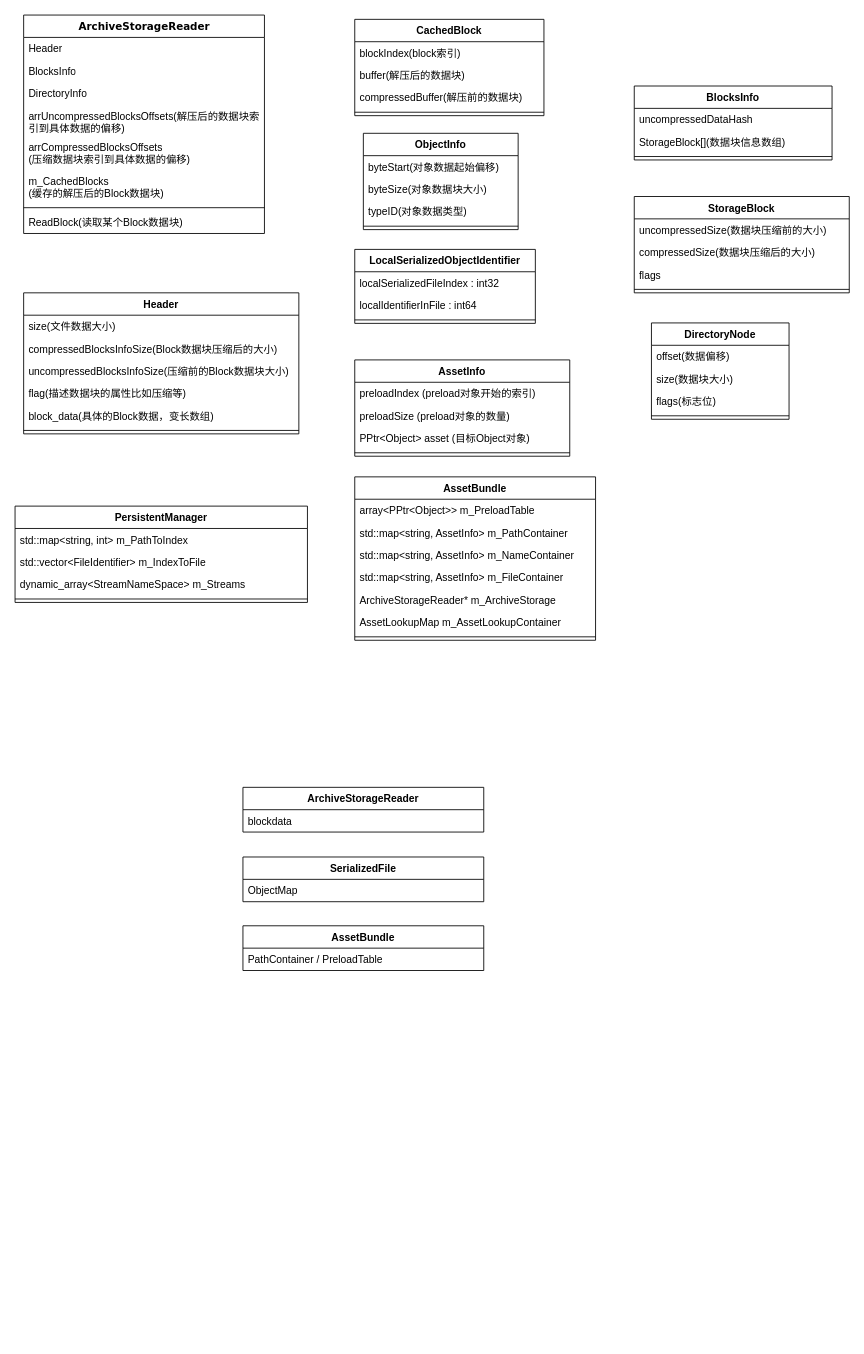
Earlier version of the draw.io diagram Untitled Diagram.drawio (houxuanfelix/FelixCode). Source tidied: cells renumbered, new cells numbered last; positions are measured from the earlier drawing's top-left corner, leaving out a move shared by most shapes. Both pictures are drawn from the tidied source at 86%, with x=0, y=0 at pixel (15, 15).
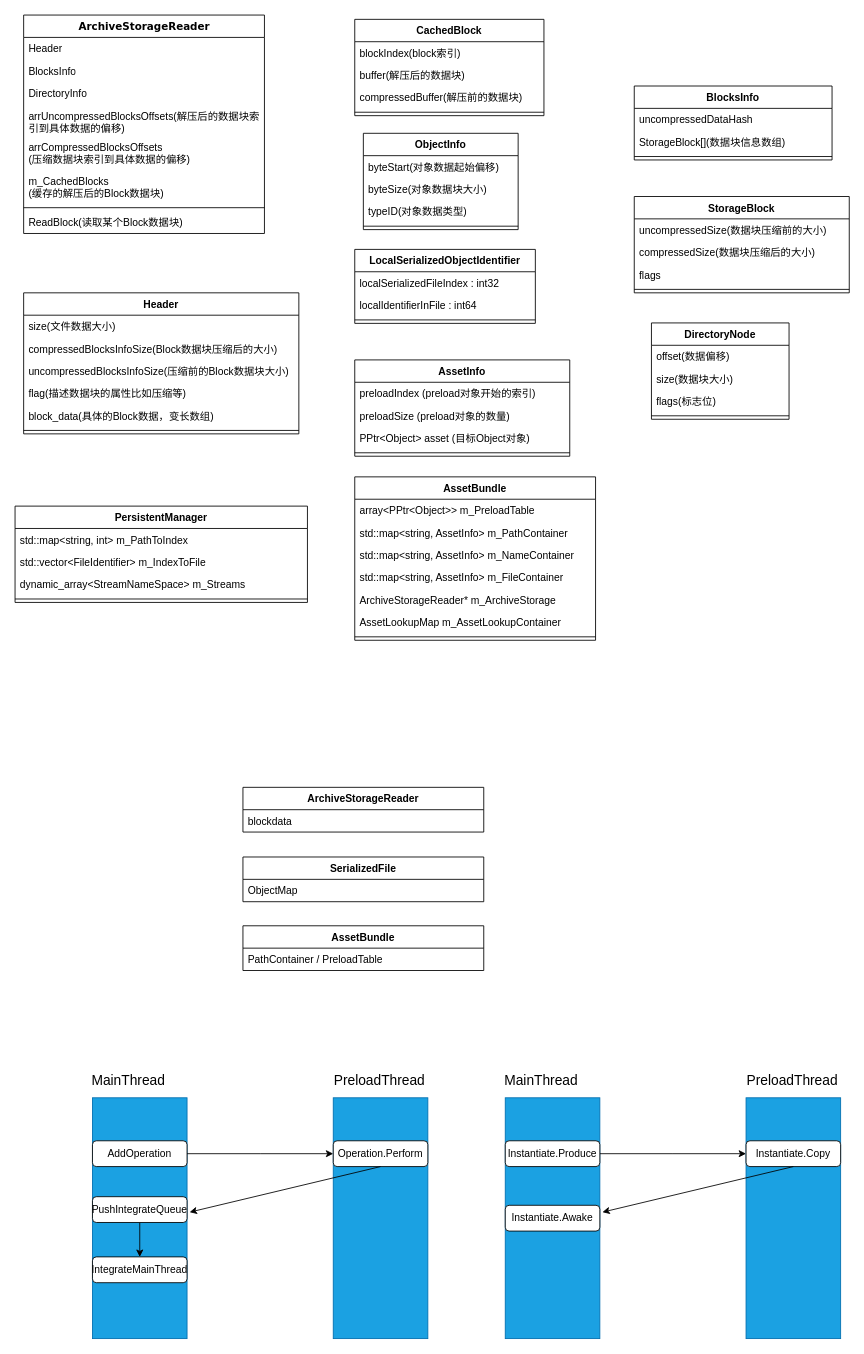
After the change.

The edit, as a diff of the source:
```diff
@@
+    <mxCell id="70" style="rounded=0;whiteSpace=wrap;html=1;strokeColor=#006EAF;fillColor=#1ba1e2;fontColor=#ffffff;" parent="1" vertex="1">
+      <mxGeometry x="90" y="1259" width="110" height="280" as="geometry" />
+    </mxCell>
+    <mxCell id="71" style="edgeStyle=orthogonalEdgeStyle;rounded=0;jettySize=auto;html=1;" parent="1" edge="1" source="72">
+      <mxGeometry relative="1" as="geometry">
+        <mxPoint x="370" y="1324" as="targetPoint" />
+      </mxGeometry>
+    </mxCell>
+    <mxCell id="72" value="AddOperation" style="rounded=1;whiteSpace=wrap;html=1;" parent="1" vertex="1">
+      <mxGeometry x="90" y="1309" width="110" height="30" as="geometry" />
+    </mxCell>
+    <mxCell id="73" style="rounded=0;whiteSpace=wrap;html=1;strokeColor=#006EAF;fillColor=#1ba1e2;fontColor=#ffffff;" parent="1" vertex="1">
+      <mxGeometry x="370" y="1259" width="110" height="280" as="geometry" />
+    </mxCell>
+    <mxCell id="74" value="Operation.Perform" style="rounded=1;whiteSpace=wrap;html=1;" parent="1" vertex="1">
+      <mxGeometry x="370" y="1309" width="110" height="30" as="geometry" />
+    </mxCell>
+    <mxCell id="75" style="endArrow=classic;html=1;exitX=0.5;exitY=1;exitDx=0;exitDy=0;entryX=1.027;entryY=0.475;entryDx=0;entryDy=0;entryPerimeter=0;" parent="1" edge="1" source="74" target="70">
+      <mxGeometry relative="1" as="geometry" />
+    </mxCell>
+    <mxCell id="76" style="edgeStyle=orthogonalEdgeStyle;rounded=0;jettySize=auto;html=1;exitX=0.5;exitY=1;exitDx=0;exitDy=0;entryX=0.5;entryY=0;entryDx=0;entryDy=0;" parent="1" edge="1" source="77" target="78">
+      <mxGeometry relative="1" as="geometry" />
+    </mxCell>
+    <mxCell id="77" value="PushIntegrateQueue" style="rounded=1;whiteSpace=wrap;html=1;" parent="1" vertex="1">
+      <mxGeometry x="90" y="1374" width="110" height="30" as="geometry" />
+    </mxCell>
+    <mxCell id="78" value="IntegrateMainThread&lt;br&gt;" style="rounded=1;whiteSpace=wrap;html=1;" parent="1" vertex="1">
+      <mxGeometry x="90" y="1444" width="110" height="30" as="geometry" />
+    </mxCell>
+    <mxCell id="79" value="MainThread&lt;br style=&quot;font-size: 16px;&quot;&gt;" style="text;html=1;strokeColor=none;fillColor=none;align=center;verticalAlign=middle;whiteSpace=wrap;rounded=0;fontSize=16;" parent="1" vertex="1">
+      <mxGeometry x="112" y="1229" width="40" height="20" as="geometry" />
+    </mxCell>
+    <mxCell id="80" value="PreloadThread" style="text;html=1;strokeColor=none;fillColor=none;align=center;verticalAlign=middle;whiteSpace=wrap;rounded=0;fontSize=16;" parent="1" vertex="1">
+      <mxGeometry x="404" y="1229" width="40" height="20" as="geometry" />
+    </mxCell>
+    <mxCell id="81" style="rounded=0;whiteSpace=wrap;html=1;strokeColor=#006EAF;fillColor=#1ba1e2;fontColor=#ffffff;" parent="1" vertex="1">
+      <mxGeometry x="570" y="1259" width="110" height="280" as="geometry" />
+    </mxCell>
+    <mxCell id="82" style="edgeStyle=orthogonalEdgeStyle;rounded=0;jettySize=auto;html=1;" parent="1" edge="1" source="83">
+      <mxGeometry relative="1" as="geometry">
+        <mxPoint x="850" y="1324" as="targetPoint" />
+      </mxGeometry>
+    </mxCell>
+    <mxCell id="83" value="Instantiate.Produce" style="rounded=1;whiteSpace=wrap;html=1;" parent="1" vertex="1">
+      <mxGeometry x="570" y="1309" width="110" height="30" as="geometry" />
+    </mxCell>
+    <mxCell id="84" style="rounded=0;whiteSpace=wrap;html=1;strokeColor=#006EAF;fillColor=#1ba1e2;fontColor=#ffffff;" parent="1" vertex="1">
+      <mxGeometry x="850" y="1259" width="110" height="280" as="geometry" />
+    </mxCell>
+    <mxCell id="85" value="Instantiate.Copy" style="rounded=1;whiteSpace=wrap;html=1;" parent="1" vertex="1">
+      <mxGeometry x="850" y="1309" width="110" height="30" as="geometry" />
+    </mxCell>
+    <mxCell id="86" style="endArrow=classic;html=1;exitX=0.5;exitY=1;exitDx=0;exitDy=0;entryX=1.027;entryY=0.475;entryDx=0;entryDy=0;entryPerimeter=0;" parent="1" edge="1" source="85" target="81">
+      <mxGeometry relative="1" as="geometry" />
+    </mxCell>
+    <mxCell id="87" value="Instantiate.Awake" style="rounded=1;whiteSpace=wrap;html=1;" parent="1" vertex="1">
+      <mxGeometry x="570" y="1384" width="110" height="30" as="geometry" />
+    </mxCell>
+    <mxCell id="88" value="MainThread&lt;br style=&quot;font-size: 16px;&quot;&gt;" style="text;html=1;strokeColor=none;fillColor=none;align=center;verticalAlign=middle;whiteSpace=wrap;rounded=0;fontSize=16;" parent="1" vertex="1">
+      <mxGeometry x="592" y="1229" width="40" height="20" as="geometry" />
+    </mxCell>
+    <mxCell id="89" value="PreloadThread" style="text;html=1;strokeColor=none;fillColor=none;align=center;verticalAlign=middle;whiteSpace=wrap;rounded=0;fontSize=16;" parent="1" vertex="1">
+      <mxGeometry x="884" y="1229" width="40" height="20" as="geometry" />
+    </mxCell>
```
